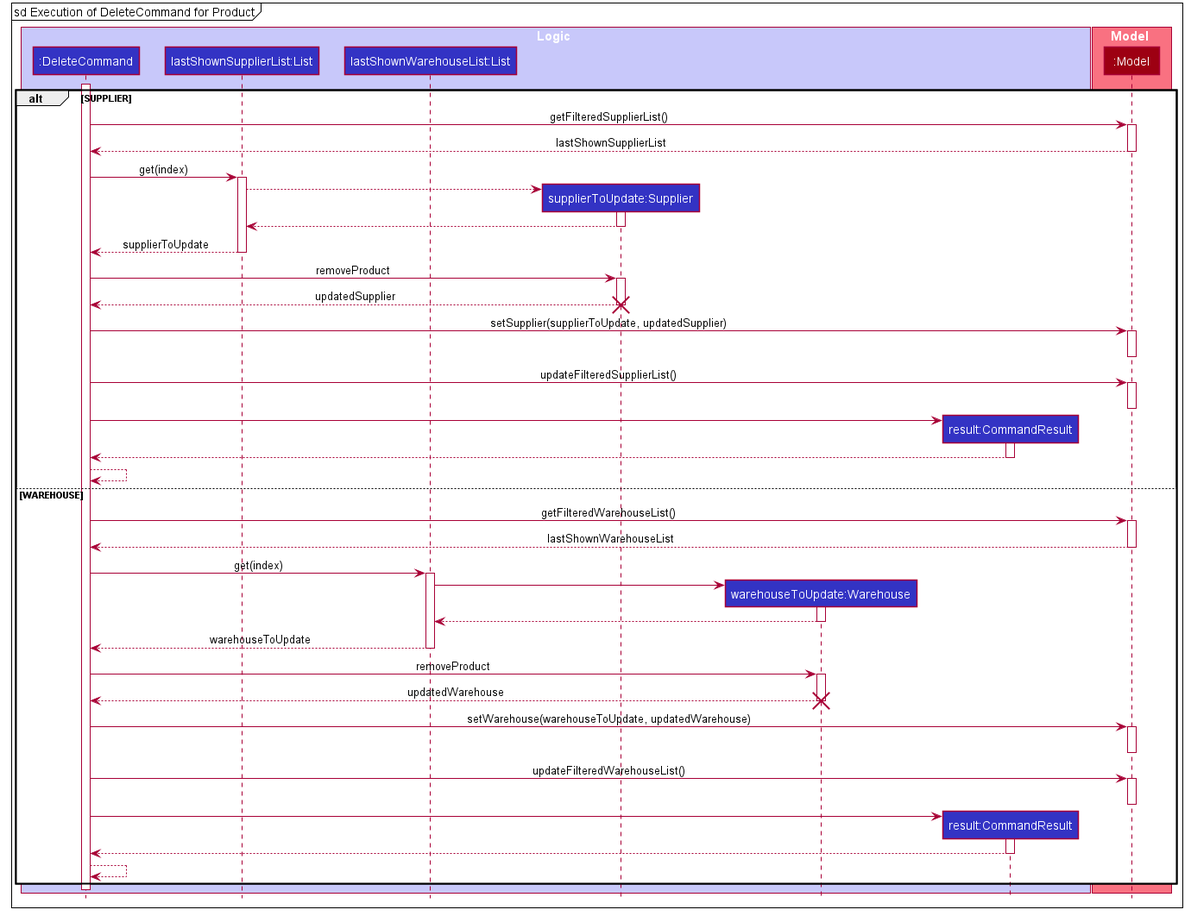
Before: docs/images/DeleteCommandExecutionSequenceDiagram2.png, a diagram exported from PlantUML (tohyuting/tp). Its diagram source:
```plantuml
@startuml








skinparam BackgroundColor #FFFFFFF

skinparam Shadowing false

skinparam Class {
    FontColor #FFFFFF
    BorderThickness 1
    BorderColor #FFFFFF
    StereotypeFontColor #FFFFFF
    FontName Arial
}

skinparam Actor {
    BorderColor #000000
    Color #000000
    FontName Arial
}

skinparam Sequence {
    MessageAlign center
    BoxFontSize 15
    BoxPadding 0
    BoxFontColor #FFFFFF
    FontName Arial
}

skinparam Participant {
    FontColor #FFFFFFF
    Padding 20
}

skinparam MinClassWidth 50
skinparam ParticipantPadding 10
skinparam Shadowing false
skinparam DefaultTextAlignment center
skinparam packageStyle Rectangle

hide footbox
hide members
hide circle

mainframe sd Execution of DeleteCommand for Product

box Logic #C8C8FA
participant ":DeleteCommand" as DeleteCommand #3333C4
participant "lastShownSupplierList:List" as lastShownSupplierList #3333C4
participant "lastShownWarehouseList:List" as lastShownWarehouseList #3333C4
participant "supplierToUpdate:Supplier" as supplierToUpdate #3333C4
participant "warehouseToUpdate:Warehouse" as warehouseToUpdate #3333C4
participant "result:CommandResult" as CommandResult #3333C4
end box

box Model #F97181
participant ":Model" as Model #9D0012
end box

alt SUPPLIER
activate DeleteCommand
DeleteCommand -> Model : getFilteredSupplierList()
activate Model
Model --> DeleteCommand  : lastShownSupplierList
deactivate Model

DeleteCommand -> lastShownSupplierList : get(index)
activate lastShownSupplierList
create supplierToUpdate
lastShownSupplierList --> supplierToUpdate
activate supplierToUpdate
supplierToUpdate --> lastShownSupplierList
deactivate supplierToUpdate
lastShownSupplierList --> DeleteCommand : supplierToUpdate
deactivate lastShownSupplierList



DeleteCommand -> supplierToUpdate : removeProduct
activate supplierToUpdate
supplierToUpdate --> DeleteCommand : updatedSupplier
deactivate supplierToUpdate
destroy supplierToUpdate

DeleteCommand -> Model : setSupplier(supplierToUpdate, updatedSupplier)
activate Model
deactivate Model

DeleteCommand -> Model : updateFilteredSupplierList()
activate Model
deactivate Model

deactivate Model
create CommandResult
DeleteCommand -> CommandResult
activate CommandResult

CommandResult --> DeleteCommand
deactivate CommandResult
DeleteCommand --> DeleteCommand


else WAREHOUSE

DeleteCommand -> Model : getFilteredWarehouseList()
activate Model
Model --> DeleteCommand  : lastShownWarehouseList
deactivate Model

DeleteCommand -> lastShownWarehouseList : get(index)
activate lastShownWarehouseList
create warehouseToUpdate
lastShownWarehouseList -> warehouseToUpdate
activate warehouseToUpdate
warehouseToUpdate --> lastShownWarehouseList
deactivate warehouseToUpdate
lastShownWarehouseList --> DeleteCommand : warehouseToUpdate
deactivate lastShownWarehouseList


DeleteCommand -> warehouseToUpdate : removeProduct
activate warehouseToUpdate
warehouseToUpdate --> DeleteCommand : updatedWarehouse
deactivate warehouseToUpdate
destroy warehouseToUpdate


DeleteCommand -> Model : setWarehouse(warehouseToUpdate, updatedWarehouse)
activate Model
deactivate Model

DeleteCommand -> Model : updateFilteredWarehouseList()
activate Model
deactivate Model

deactivate Model
create CommandResult
DeleteCommand -> CommandResult
activate CommandResult

CommandResult --> DeleteCommand
deactivate CommandResult
DeleteCommand --> DeleteCommand

end
deactivate DeleteCommand

@enduml
```
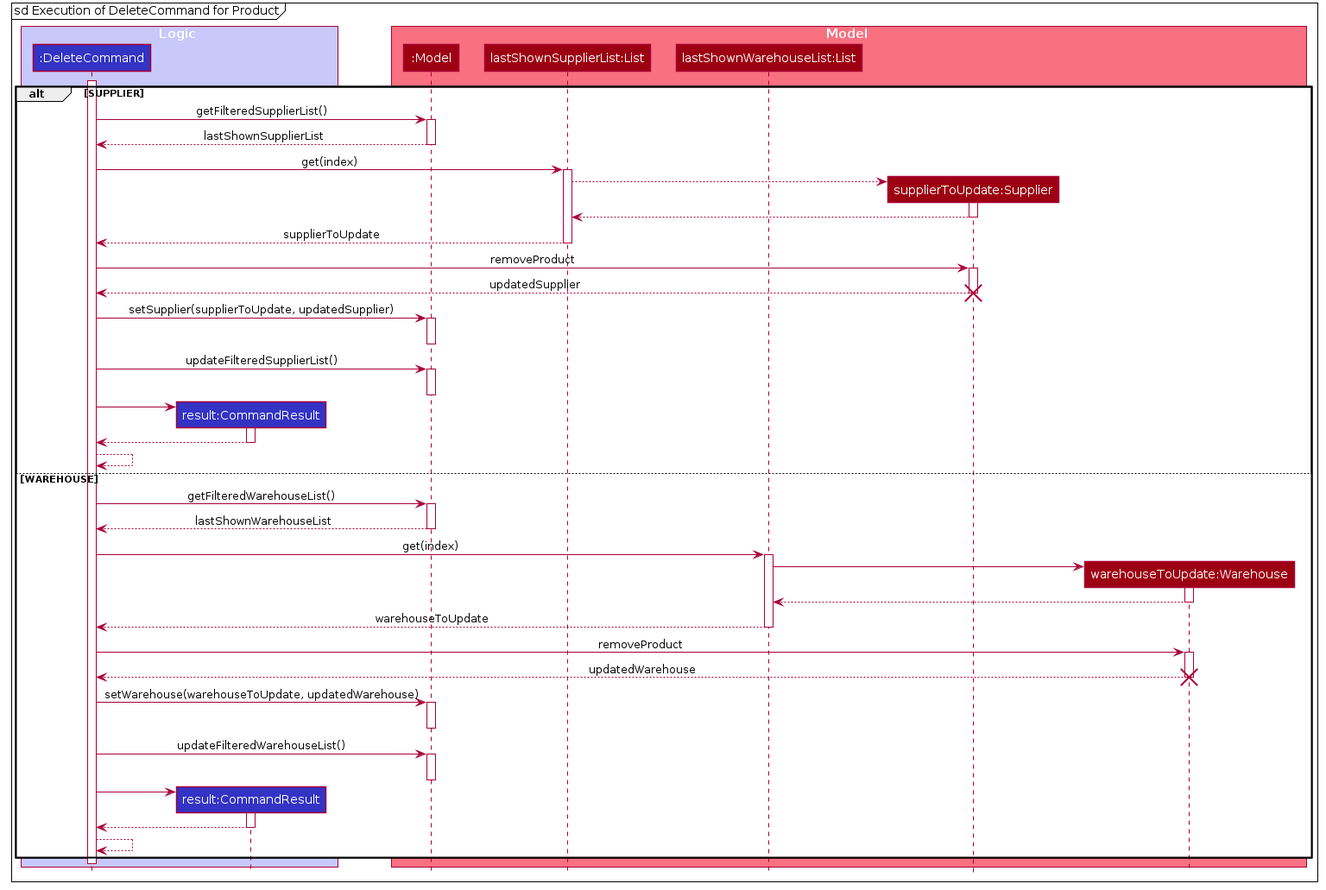
The same diagram one commit later.

Commit message:
Generate PNG images for PlantUML diagrams

What changed in the source:
```diff
@@ -52,15 +52,15 @@
 
 box Logic #C8C8FA
 participant ":DeleteCommand" as DeleteCommand #3333C4
-participant "lastShownSupplierList:List" as lastShownSupplierList #3333C4
-participant "lastShownWarehouseList:List" as lastShownWarehouseList #3333C4
-participant "supplierToUpdate:Supplier" as supplierToUpdate #3333C4
-participant "warehouseToUpdate:Warehouse" as warehouseToUpdate #3333C4
 participant "result:CommandResult" as CommandResult #3333C4
 end box
 
 box Model #F97181
 participant ":Model" as Model #9D0012
+participant "lastShownSupplierList:List" as lastShownSupplierList #9D0012
+participant "lastShownWarehouseList:List" as lastShownWarehouseList #9D0012
+participant "supplierToUpdate:Supplier" as supplierToUpdate #9D0012
+participant "warehouseToUpdate:Warehouse" as warehouseToUpdate #9D0012
 end box
 
 alt SUPPLIER
```
